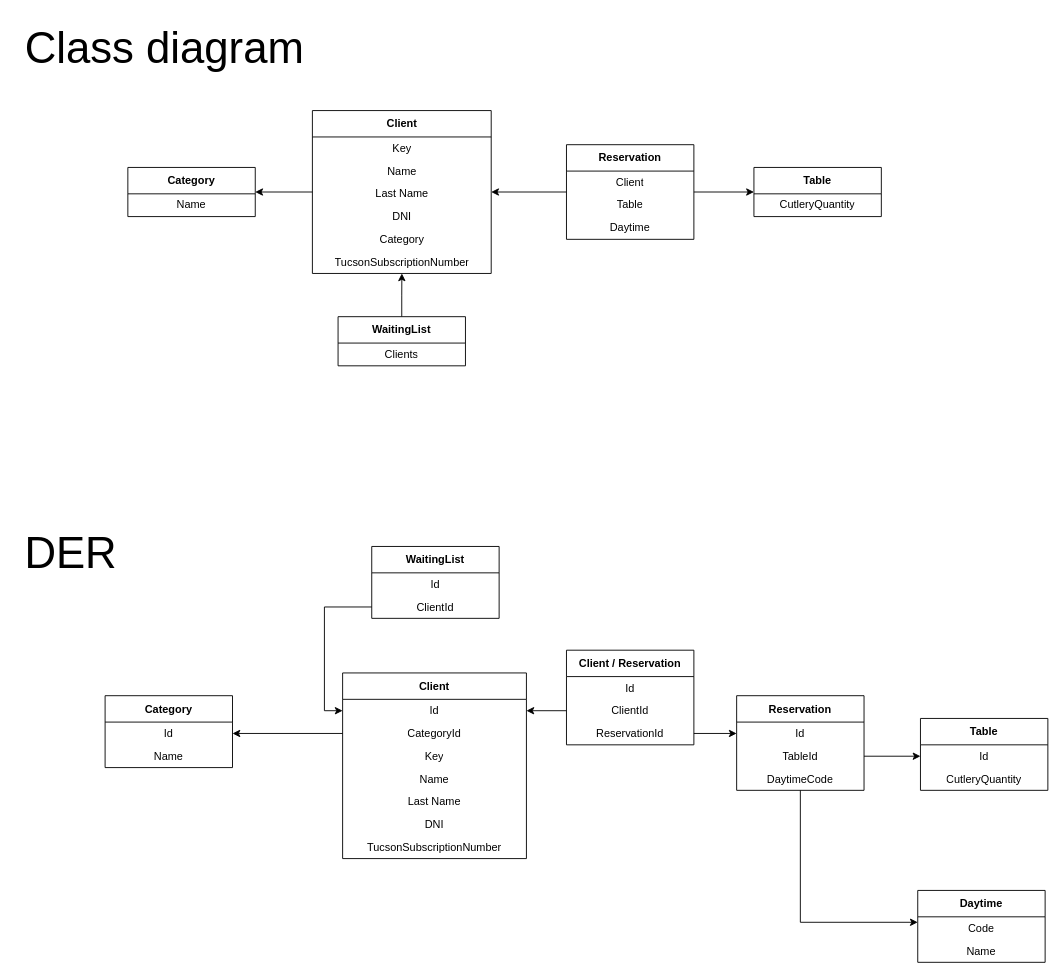
Earlier version of the draw.io diagram Diagrama.drawio (CristianIZ/CZ.HipodromoProject). Source tidied: cells renumbered, new cells numbered last; positions are measured from the earlier drawing's top-left corner, leaving out a move shared by most shapes. Both pictures are drawn from the tidied source at 91%, with x=0, y=0 at pixel (15, 15).
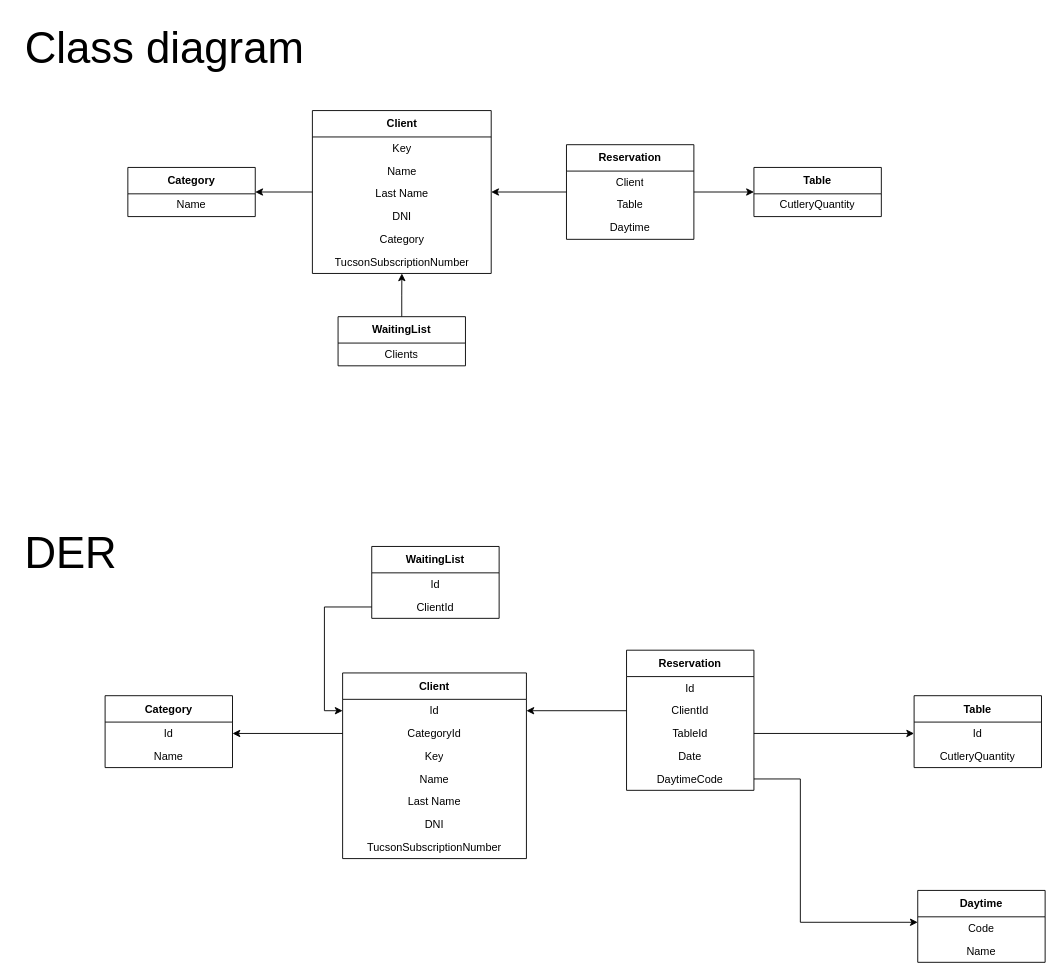
After the change.

The change refers to these unchanged cells:
```xml
<mxCell id="29" value="Id" style="text;html=1;strokeColor=none;fillColor=none;align=center;verticalAlign=middle;spacingLeft=4;spacingRight=4;overflow=hidden;points=[[0,0.5],[1,0.5]];portConstraint=eastwest;whiteSpace=wrap;" parent="28" vertex="1">
  <mxGeometry y="29" width="202" height="25" as="geometry" />
</mxCell>
<mxCell id="40" value="Id" style="text;html=1;strokeColor=none;fillColor=none;align=center;verticalAlign=middle;spacingLeft=4;spacingRight=4;overflow=hidden;points=[[0,0.5],[1,0.5]];portConstraint=eastwest;whiteSpace=wrap;" parent="39" vertex="1">
  <mxGeometry y="29" width="140" height="25" as="geometry" />
</mxCell>
```

The edit, as a diff of the source:
```diff
@@
     <mxCell id="25" value="Table" style="swimlane;fontStyle=1;align=center;verticalAlign=middle;horizontal=1;startSize=29;html=1;whiteSpace=wrap;" parent="1" vertex="1">
-      <mxGeometry x="994" y="772" width="140" height="79" as="geometry" />
+      <mxGeometry x="987" y="747" width="140" height="79" as="geometry" />
     </mxCell>
@@
     <mxCell id="39" value="Reservation" style="swimlane;fontStyle=1;align=center;verticalAlign=middle;horizontal=1;startSize=29;html=1;whiteSpace=wrap;" parent="1" vertex="1">
-      <mxGeometry x="792" y="747" width="140" height="104" as="geometry" />
+      <mxGeometry x="671" y="697" width="140" height="154" as="geometry" />
     </mxCell>
@@
+    <mxCell id="49" value="ClientId" style="text;html=1;strokeColor=none;fillColor=none;align=center;verticalAlign=middle;spacingLeft=4;spacingRight=4;overflow=hidden;points=[[0,0.5],[1,0.5]];portConstraint=eastwest;whiteSpace=wrap;" parent="39" vertex="1">
+      <mxGeometry y="54" width="140" height="25" as="geometry" />
+    </mxCell>
     <mxCell id="41" value="TableId" style="text;html=1;strokeColor=none;fillColor=none;align=center;verticalAlign=middle;spacingLeft=4;spacingRight=4;overflow=hidden;points=[[0,0.5],[1,0.5]];portConstraint=eastwest;whiteSpace=wrap;" parent="39" vertex="1">
-      <mxGeometry y="54" width="140" height="25" as="geometry" />
+      <mxGeometry y="79" width="140" height="25" as="geometry" />
     </mxCell>
+    <mxCell id="59" value="Date" style="text;html=1;strokeColor=none;fillColor=none;align=center;verticalAlign=middle;spacingLeft=4;spacingRight=4;overflow=hidden;whiteSpace=wrap;" parent="39" vertex="1">
+      <mxGeometry y="104" width="140" height="25" as="geometry" />
+    </mxCell>
     <mxCell id="42" value="DaytimeCode" style="text;html=1;strokeColor=none;fillColor=none;align=center;verticalAlign=middle;spacingLeft=4;spacingRight=4;overflow=hidden;points=[[0,0.5],[1,0.5]];portConstraint=eastwest;whiteSpace=wrap;" parent="39" vertex="1">
-      <mxGeometry y="79" width="140" height="25" as="geometry" />
+      <mxGeometry y="129" width="140" height="25" as="geometry" />
     </mxCell>
@@
-    <mxCell id="47" value="Client / Reservation" style="swimlane;fontStyle=1;align=center;verticalAlign=middle;horizontal=1;startSize=29;html=1;whiteSpace=wrap;" parent="1" vertex="1">
-      <mxGeometry x="605" y="697" width="140" height="104" as="geometry" />
-    </mxCell>
-    <mxCell id="48" value="Id" style="text;html=1;strokeColor=none;fillColor=none;align=center;verticalAlign=middle;spacingLeft=4;spacingRight=4;overflow=hidden;whiteSpace=wrap;" parent="47" vertex="1">
-      <mxGeometry y="29" width="140" height="25" as="geometry" />
-    </mxCell>
-    <mxCell id="49" value="ClientId" style="text;html=1;strokeColor=none;fillColor=none;align=center;verticalAlign=middle;spacingLeft=4;spacingRight=4;overflow=hidden;points=[[0,0.5],[1,0.5]];portConstraint=eastwest;whiteSpace=wrap;" parent="47" vertex="1">
-      <mxGeometry y="54" width="140" height="25" as="geometry" />
-    </mxCell>
-    <mxCell id="50" value="ReservationId" style="text;html=1;strokeColor=none;fillColor=none;align=center;verticalAlign=middle;spacingLeft=4;spacingRight=4;overflow=hidden;points=[[0,0.5],[1,0.5]];portConstraint=eastwest;whiteSpace=wrap;" parent="47" vertex="1">
-      <mxGeometry y="79" width="140" height="25" as="geometry" />
-    </mxCell>
-    <mxCell id="51" style="edgeStyle=orthogonalEdgeStyle;rounded=0;jettySize=auto;html=1;" parent="1" edge="1" source="49" target="29">
-      <mxGeometry relative="1" as="geometry" />
-    </mxCell>
-    <mxCell id="52" style="edgeStyle=orthogonalEdgeStyle;rounded=0;jettySize=auto;html=1;entryX=0;entryY=0.5;entryDx=0;entryDy=0;" parent="1" edge="1" source="50" target="40">
-      <mxGeometry relative="1" as="geometry" />
-    </mxCell>
@@
+    <mxCell id="51" style="edgeStyle=orthogonalEdgeStyle;rounded=0;jettySize=auto;html=1;entryX=1;entryY=0.5;entryDx=0;entryDy=0;" parent="1" edge="1" source="49" target="29">
+      <mxGeometry relative="1" as="geometry" />
+    </mxCell>
```
